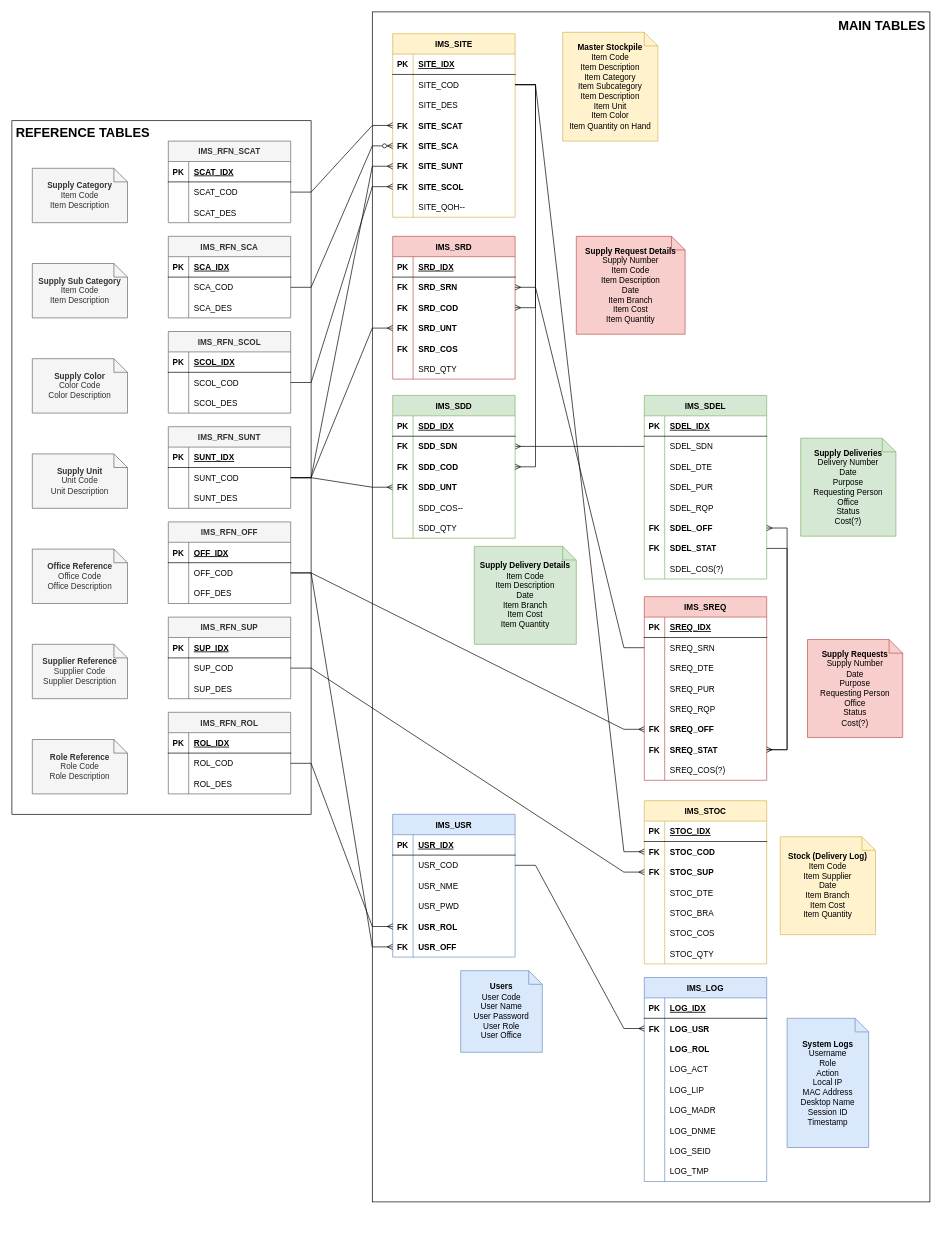
The draw.io diagram docs/IMS Relational Diagram.drawio in nullblank/IMS, before the edit. Source tidied: cells renumbered, new cells numbered last; positions are measured from the earlier drawing's top-left corner, leaving out a move shared by most shapes. Both pictures are drawn from the tidied source at 68%, with x=0, y=0 at pixel (12, 12).
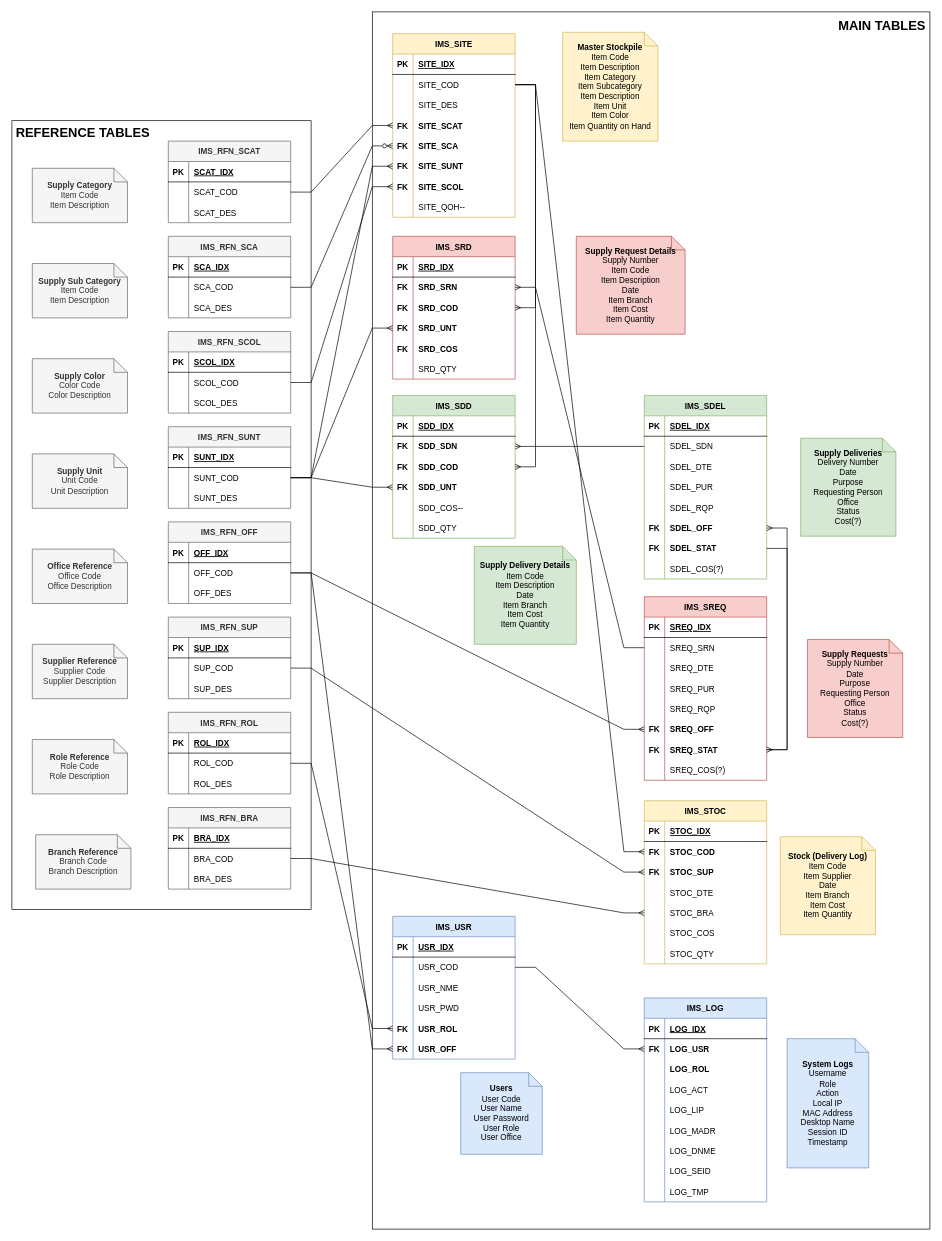
The same diagram, later.

Commit message (it also covers changes not shown here):
Updated Diagram to Reflect Database Changes.

The change refers to these unchanged cells:
```xml
<mxCell id="112" style="shape=tableRow;horizontal=0;startSize=0;swimlaneHead=0;swimlaneBody=0;fillColor=none;points=[[0,0.5],[1,0.5]];portConstraint=eastwest;top=0;left=0;right=0;bottom=0;" parent="99" vertex="1">
  <mxGeometry y="150" width="180" height="30" as="geometry" />
</mxCell>
```

Change to the diagram source:
```diff
@@
     <mxCell id="2" style="rounded=0;whiteSpace=wrap;html=1;" parent="1" vertex="1">
-      <mxGeometry x="530" width="820" height="1750" as="geometry" />
+      <mxGeometry x="530" width="820" height="1790" as="geometry" />
     </mxCell>
     <mxCell id="3" style="rounded=0;whiteSpace=wrap;html=1;" parent="1" vertex="1">
-      <mxGeometry y="160" width="440" height="1020" as="geometry" />
+      <mxGeometry y="160" width="440" height="1160" as="geometry" />
     </mxCell>
@@
     <mxCell id="177" value="IMS_USR" style="shape=table;startSize=30;childLayout=tableLayout;rowLines=0;fontStyle=1;align=center;fillColor=#dae8fc;strokeColor=#6c8ebf;" parent="1" vertex="1">
-      <mxGeometry x="560" y="1180" width="180" height="210" as="geometry" />
+      <mxGeometry x="560" y="1330" width="180" height="210" as="geometry" />
     </mxCell>
@@
     <mxCell id="259" value="&lt;b&gt;Users&lt;br&gt;&lt;/b&gt;User Code&lt;br&gt;User Name&lt;br&gt;User Password&lt;br&gt;User Role&lt;br&gt;User Office" style="shape=note;size=20;whiteSpace=wrap;html=1;fillColor=#dae8fc;strokeColor=#6c8ebf;" parent="1" vertex="1">
-      <mxGeometry x="660" y="1410" width="120" height="120" as="geometry" />
+      <mxGeometry x="660" y="1560" width="120" height="120" as="geometry" />
     </mxCell>
     <mxCell id="260" value="IMS_LOG" style="shape=table;startSize=30;childLayout=tableLayout;rowLines=0;fontStyle=1;align=center;fillColor=#dae8fc;strokeColor=#6c8ebf;" parent="1" vertex="1">
-      <mxGeometry x="930" y="1420" width="180" height="300" as="geometry" />
+      <mxGeometry x="930" y="1450" width="180" height="300" as="geometry" />
     </mxCell>
@@
     <mxCell id="289" value="&lt;b&gt;System Logs&lt;/b&gt;&lt;br&gt;Username&lt;br&gt;Role&lt;br&gt;Action&lt;br&gt;Local IP&lt;br&gt;MAC Address&lt;br&gt;Desktop Name&lt;br&gt;Session ID&lt;br&gt;Timestamp" style="shape=note;size=20;whiteSpace=wrap;html=1;fillColor=#dae8fc;strokeColor=#6c8ebf;" parent="1" vertex="1">
-      <mxGeometry x="1140" y="1480" width="120" height="190" as="geometry" />
+      <mxGeometry x="1140" y="1510" width="120" height="190" as="geometry" />
     </mxCell>
@@
+    <mxCell id="291" value="IMS_RFN_BRA" style="shape=table;startSize=30;childLayout=tableLayout;rowLines=0;fontStyle=1;align=center;fillColor=#f5f5f5;fontColor=#333333;strokeColor=#666666;" parent="1" vertex="1">
+      <mxGeometry x="230" y="1170" width="180" height="120" as="geometry" />
+    </mxCell>
+    <mxCell id="292" style="shape=tableRow;horizontal=0;startSize=0;swimlaneHead=0;swimlaneBody=0;fillColor=none;top=0;left=0;right=0;bottom=1;" parent="291" vertex="1">
+      <mxGeometry y="30" width="180" height="30" as="geometry" />
+    </mxCell>
+    <mxCell id="293" value="PK" style="shape=partialRectangle;fillColor=none;top=0;left=0;bottom=0;right=0;fontStyle=1;overflow=hidden;" parent="292" vertex="1">
+      <mxGeometry width="30" height="30" as="geometry" />
+    </mxCell>
+    <mxCell id="294" value="BRA_IDX" style="shape=partialRectangle;fillColor=none;top=0;left=0;bottom=0;right=0;align=left;spacingLeft=6;fontStyle=5;overflow=hidden;" parent="292" vertex="1">
+      <mxGeometry x="30" width="150" height="30" as="geometry" />
+    </mxCell>
+    <mxCell id="295" style="shape=tableRow;horizontal=0;startSize=0;swimlaneHead=0;swimlaneBody=0;fillColor=none;points=[[0,0.5],[1,0.5]];portConstraint=eastwest;top=0;left=0;right=0;bottom=0;" parent="291" vertex="1">
+      <mxGeometry y="60" width="180" height="30" as="geometry" />
+    </mxCell>
+    <mxCell id="296" style="shape=partialRectangle;fillColor=none;top=0;left=0;bottom=0;right=0;overflow=hidden;" parent="295" vertex="1">
+      <mxGeometry width="30" height="30" as="geometry" />
+    </mxCell>
+    <mxCell id="297" value="BRA_COD" style="shape=partialRectangle;fillColor=none;top=0;left=0;bottom=0;right=0;align=left;spacingLeft=6;overflow=hidden;" parent="295" vertex="1">
+      <mxGeometry x="30" width="150" height="30" as="geometry" />
+    </mxCell>
+    <mxCell id="298" style="shape=tableRow;horizontal=0;startSize=0;swimlaneHead=0;swimlaneBody=0;fillColor=none;top=0;left=0;right=0;bottom=0;" parent="291" vertex="1">
+      <mxGeometry y="90" width="180" height="30" as="geometry" />
+    </mxCell>
+    <mxCell id="299" style="shape=partialRectangle;fillColor=none;top=0;left=0;bottom=0;right=0;overflow=hidden;" parent="298" vertex="1">
+      <mxGeometry width="30" height="30" as="geometry" />
+    </mxCell>
+    <mxCell id="300" value="BRA_DES" style="shape=partialRectangle;fillColor=none;top=0;left=0;bottom=0;right=0;align=left;spacingLeft=6;overflow=hidden;" parent="298" vertex="1">
+      <mxGeometry x="30" width="150" height="30" as="geometry" />
+    </mxCell>
+    <mxCell id="301" value="&lt;b&gt;Branch Reference&lt;/b&gt;&lt;br&gt;Branch Code&lt;br&gt;Branch Description" style="shape=note;size=20;whiteSpace=wrap;html=1;fillColor=#f5f5f5;fontColor=#333333;strokeColor=#666666;" parent="1" vertex="1">
+      <mxGeometry x="35" y="1210" width="140" height="80" as="geometry" />
+    </mxCell>
+    <mxCell id="302" style="edgeStyle=entityRelationEdgeStyle;rounded=0;jettySize=auto;html=1;exitX=1;exitY=0.5;exitDx=0;exitDy=0;endArrow=ERmany;endFill=0;" parent="1" edge="1" source="295" target="112">
+      <mxGeometry relative="1" as="geometry" />
+    </mxCell>
```
